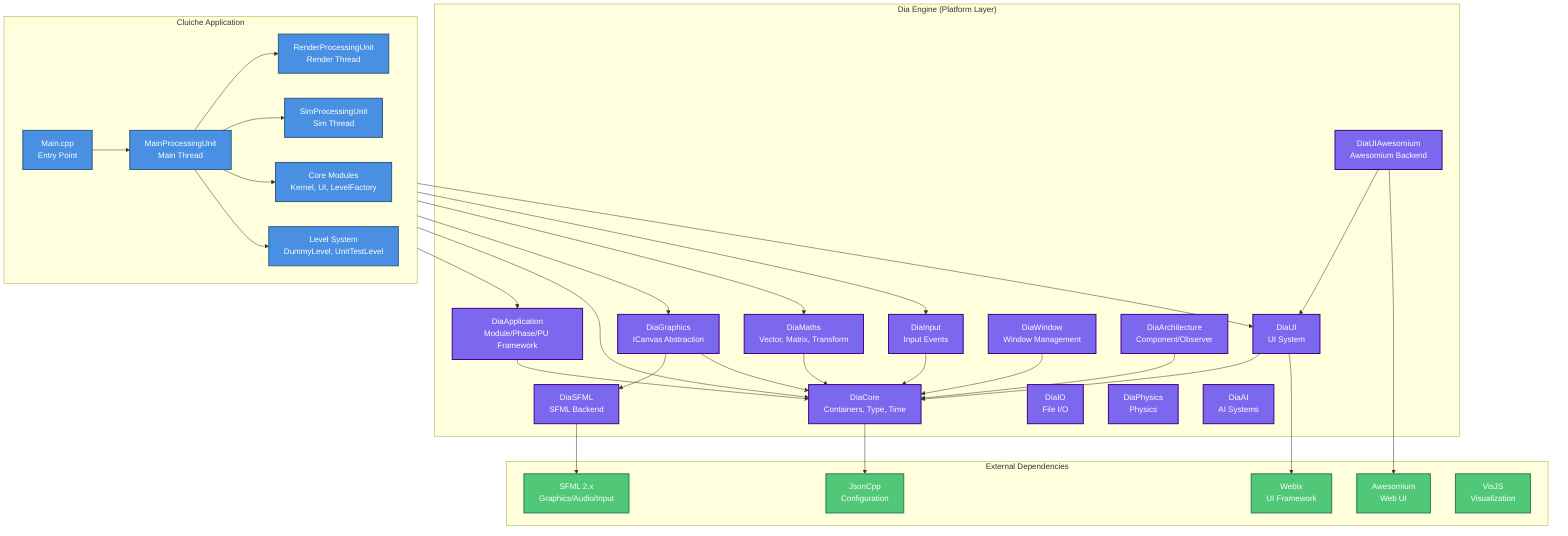
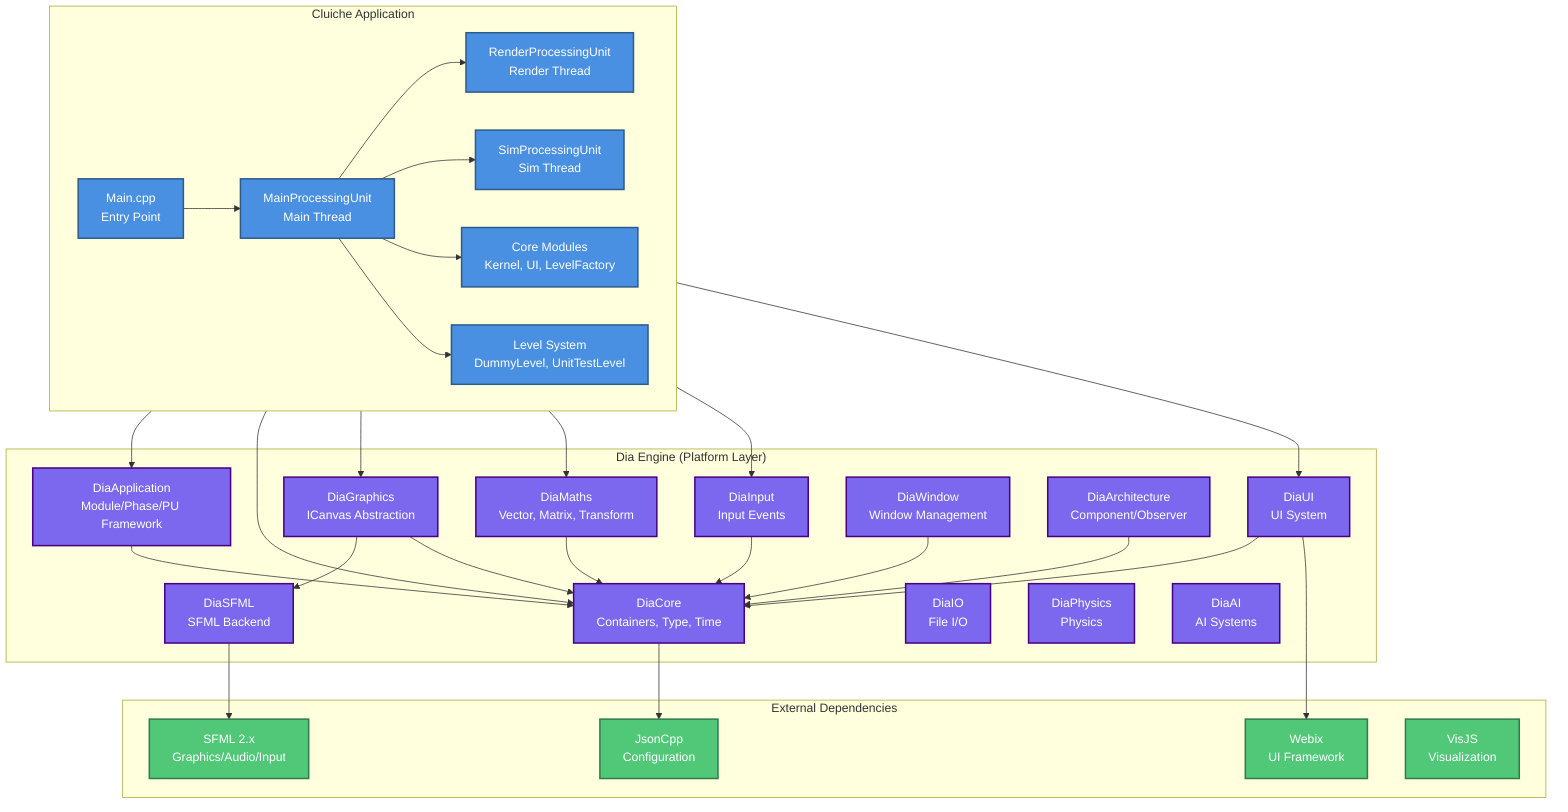
graph TB
    subgraph External["External Dependencies"]
        SFML["SFML 2.x<br/>Graphics/Audio/Input"]
        JsonCpp["JsonCpp<br/>Configuration"]
-         Awesomium["Awesomium<br/>Web UI"]
        Webix["Webix<br/>UI Framework"]
        VisJS["VisJS<br/>Visualization"]
    end

    subgraph Dia["Dia Engine (Platform Layer)"]
        DiaApp["DiaApplication<br/>Module/Phase/PU Framework"]
        DiaCore["DiaCore<br/>Containers, Type, Time"]
        DiaGraphics["DiaGraphics<br/>ICanvas Abstraction"]
        DiaMaths["DiaMaths<br/>Vector, Matrix, Transform"]
        DiaInput["DiaInput<br/>Input Events"]
        DiaUI["DiaUI<br/>UI System"]
        DiaWindow["DiaWindow<br/>Window Management"]
        DiaSFML["DiaSFML<br/>SFML Backend"]
        DiaIO["DiaIO<br/>File I/O"]
        DiaPhysics["DiaPhysics<br/>Physics"]
        DiaAI["DiaAI<br/>AI Systems"]
        DiaArch["DiaArchitecture<br/>Component/Observer"]
-         DiaUIAwe["DiaUIAwesomium<br/>Awesomium Backend"]
    end

    subgraph Cluiche["Cluiche Application"]
        Main["Main.cpp<br/>Entry Point"]
        MainPU["MainProcessingUnit<br/>Main Thread"]
        RenderPU["RenderProcessingUnit<br/>Render Thread"]
        SimPU["SimProcessingUnit<br/>Sim Thread"]
        Levels["Level System<br/>DummyLevel, UnitTestLevel"]
        Modules["Core Modules<br/>Kernel, UI, LevelFactory"]
    end

    %% Application layer connections
    Main --> MainPU
    MainPU --> RenderPU
    MainPU --> SimPU
    MainPU --> Modules
    MainPU --> Levels

    %% Cluiche depends on Dia
    Cluiche --> DiaApp
    Cluiche --> DiaCore
    Cluiche --> DiaGraphics
    Cluiche --> DiaMaths
    Cluiche --> DiaInput
    Cluiche --> DiaUI

    %% Dia internal dependencies
    DiaApp --> DiaCore
    DiaGraphics --> DiaSFML
    DiaGraphics --> DiaCore
    DiaMaths --> DiaCore
    DiaInput --> DiaCore
    DiaUI --> DiaCore
    DiaWindow --> DiaCore
    DiaArch --> DiaCore
-     DiaUIAwe --> DiaUI
- 
    %% Dia depends on External
    DiaSFML --> SFML
-     DiaUIAwe --> Awesomium
    DiaCore --> JsonCpp
    DiaUI --> Webix

    %% Styling
    classDef appLayer fill:#4A90E2,stroke:#2E5C8A,stroke-width:2px,color:#fff
    classDef engineLayer fill:#7B68EE,stroke:#4B0082,stroke-width:2px,color:#fff
    classDef externalLayer fill:#50C878,stroke:#2F7D4E,stroke-width:2px,color:#fff

    class Main,MainPU,RenderPU,SimPU,Levels,Modules appLayer
-     class DiaApp,DiaCore,DiaGraphics,DiaMaths,DiaInput,DiaUI,DiaWindow,DiaSFML,DiaIO,DiaPhysics,DiaAI,DiaArch,DiaUIAwe engineLayer
-     class SFML,JsonCpp,Awesomium,Webix,VisJS externalLayer+     class DiaApp,DiaCore,DiaGraphics,DiaMaths,DiaInput,DiaUI,DiaWindow,DiaSFML,DiaIO,DiaPhysics,DiaAI,DiaArch engineLayer
+     class SFML,JsonCpp,Webix,VisJS externalLayer